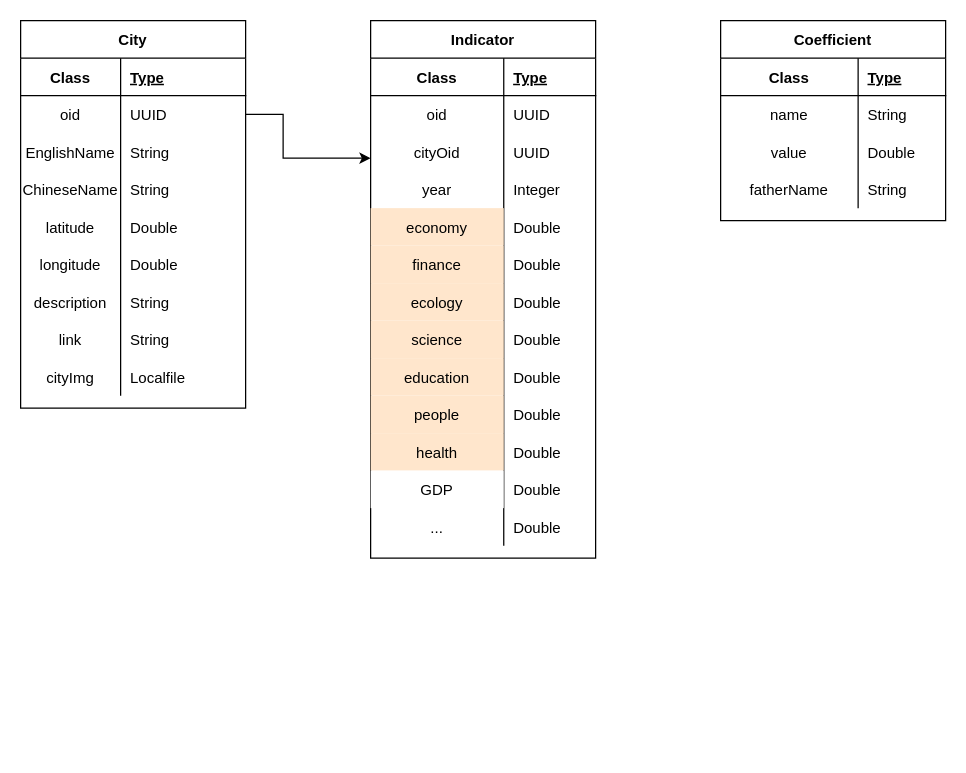
This is bigdata.drawio from pyonSec/city, a draw.io file, before an edit. Source tidied: cells renumbered, new cells numbered last; positions are measured from the earlier drawing's top-left corner, leaving out a move shared by most shapes. Both pictures are drawn from the tidied source at 125%, with x=0, y=0 at pixel (20, 20).
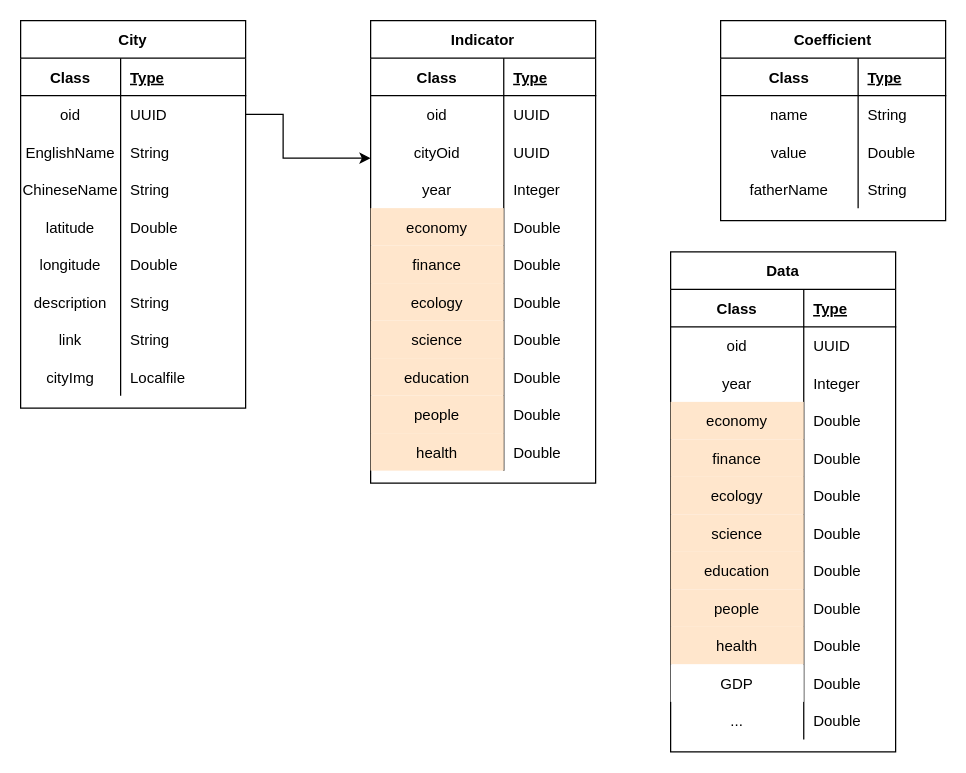
The same diagram, later.

What changed in the source:
```diff
@@
     <mxCell id="31" value="Indicator" style="shape=table;startSize=30;childLayout=tableLayout;rowLines=0;fontStyle=1;align=center;" parent="1" vertex="1">
-      <mxGeometry x="280" width="180" height="430" as="geometry" />
+      <mxGeometry x="280" width="180" height="370" as="geometry" />
     </mxCell>
@@
-    <mxCell id="65" style="shape=partialRectangle;fillColor=none;top=0;left=0;bottom=0;right=0;" parent="31" vertex="1">
-      <mxGeometry y="360" width="180" height="30" as="geometry" />
-    </mxCell>
-    <mxCell id="66" value="GDP" style="shape=partialRectangle;top=0;left=0;bottom=0;right=0;overflow=hidden;" parent="65" vertex="1">
-      <mxGeometry width="106.5" height="30" as="geometry" />
-    </mxCell>
-    <mxCell id="67" value="Double" style="shape=partialRectangle;fillColor=none;top=0;left=0;bottom=0;right=0;align=left;spacingLeft=6;overflow=hidden;" parent="65" vertex="1">
-      <mxGeometry x="106.5" width="73.5" height="30" as="geometry" />
-    </mxCell>
-    <mxCell id="68" style="shape=partialRectangle;fillColor=none;top=0;left=0;bottom=0;right=0;" parent="31" vertex="1">
-      <mxGeometry y="390" width="180" height="30" as="geometry" />
-    </mxCell>
-    <mxCell id="69" value="..." style="shape=partialRectangle;fillColor=none;top=0;left=0;bottom=0;right=0;overflow=hidden;" parent="68" vertex="1">
-      <mxGeometry width="106.5" height="30" as="geometry" />
-    </mxCell>
-    <mxCell id="70" value="Double" style="shape=partialRectangle;fillColor=none;top=0;left=0;bottom=0;right=0;align=left;spacingLeft=6;overflow=hidden;" parent="68" vertex="1">
-      <mxGeometry x="106.5" width="73.5" height="30" as="geometry" />
-    </mxCell>
@@
+    <mxCell id="84" value="Data" style="shape=table;startSize=30;childLayout=tableLayout;rowLines=0;fontStyle=1;align=center;" parent="1" vertex="1">
+      <mxGeometry x="520" y="185" width="180" height="400" as="geometry" />
+    </mxCell>
+    <mxCell id="85" style="shape=partialRectangle;fillColor=none;top=0;left=0;bottom=1;right=0;" parent="84" vertex="1">
+      <mxGeometry y="30" width="180" height="30" as="geometry" />
+    </mxCell>
+    <mxCell id="86" value="Class" style="shape=partialRectangle;fillColor=none;top=0;left=0;bottom=0;right=0;fontStyle=1;overflow=hidden;" parent="85" vertex="1">
+      <mxGeometry width="106.5" height="30" as="geometry" />
+    </mxCell>
+    <mxCell id="87" value="Type" style="shape=partialRectangle;fillColor=none;top=0;left=0;bottom=0;right=0;align=left;spacingLeft=6;fontStyle=5;overflow=hidden;" parent="85" vertex="1">
+      <mxGeometry x="106.5" width="73.5" height="30" as="geometry" />
+    </mxCell>
+    <mxCell id="88" style="shape=partialRectangle;fillColor=none;top=0;left=0;bottom=0;right=0;" parent="84" vertex="1">
+      <mxGeometry y="60" width="180" height="30" as="geometry" />
+    </mxCell>
+    <mxCell id="89" value="oid" style="shape=partialRectangle;fillColor=none;top=0;left=0;bottom=0;right=0;overflow=hidden;" parent="88" vertex="1">
+      <mxGeometry width="106.5" height="30" as="geometry" />
+    </mxCell>
+    <mxCell id="90" value="UUID" style="shape=partialRectangle;fillColor=none;top=0;left=0;bottom=0;right=0;align=left;spacingLeft=6;overflow=hidden;" parent="88" vertex="1">
+      <mxGeometry x="106.5" width="73.5" height="30" as="geometry" />
+    </mxCell>
+    <mxCell id="91" style="shape=partialRectangle;fillColor=none;top=0;left=0;bottom=0;right=0;" parent="84" vertex="1">
+      <mxGeometry y="90" width="180" height="30" as="geometry" />
+    </mxCell>
+    <mxCell id="92" value="year" style="shape=partialRectangle;fillColor=none;top=0;left=0;bottom=0;right=0;overflow=hidden;" parent="91" vertex="1">
+      <mxGeometry width="106.5" height="30" as="geometry" />
+    </mxCell>
+    <mxCell id="93" value="Integer" style="shape=partialRectangle;fillColor=none;top=0;left=0;bottom=0;right=0;align=left;spacingLeft=6;overflow=hidden;" parent="91" vertex="1">
+      <mxGeometry x="106.5" width="73.5" height="30" as="geometry" />
+    </mxCell>
+    <mxCell id="94" style="shape=partialRectangle;fillColor=none;top=0;left=0;bottom=0;right=0;" parent="84" vertex="1">
+      <mxGeometry y="120" width="180" height="30" as="geometry" />
+    </mxCell>
+    <mxCell id="95" value="economy" style="shape=partialRectangle;fillColor=#ffe6cc;top=0;left=0;bottom=0;right=0;overflow=hidden;strokeColor=#d79b00;" parent="94" vertex="1">
+      <mxGeometry width="106.5" height="30" as="geometry" />
+    </mxCell>
+    <mxCell id="96" value="Double" style="shape=partialRectangle;fillColor=none;top=0;left=0;bottom=0;right=0;align=left;spacingLeft=6;overflow=hidden;" parent="94" vertex="1">
+      <mxGeometry x="106.5" width="73.5" height="30" as="geometry" />
+    </mxCell>
+    <mxCell id="97" style="shape=partialRectangle;fillColor=none;top=0;left=0;bottom=0;right=0;" parent="84" vertex="1">
+      <mxGeometry y="150" width="180" height="30" as="geometry" />
+    </mxCell>
+    <mxCell id="98" value="finance" style="shape=partialRectangle;fillColor=#ffe6cc;top=0;left=0;bottom=0;right=0;overflow=hidden;strokeColor=#d79b00;" parent="97" vertex="1">
+      <mxGeometry width="106.5" height="30" as="geometry" />
+    </mxCell>
+    <mxCell id="99" value="Double" style="shape=partialRectangle;fillColor=none;top=0;left=0;bottom=0;right=0;align=left;spacingLeft=6;overflow=hidden;" parent="97" vertex="1">
+      <mxGeometry x="106.5" width="73.5" height="30" as="geometry" />
+    </mxCell>
+    <mxCell id="100" style="shape=partialRectangle;fillColor=none;top=0;left=0;bottom=0;right=0;" parent="84" vertex="1">
+      <mxGeometry y="180" width="180" height="30" as="geometry" />
+    </mxCell>
+    <mxCell id="101" value="ecology" style="shape=partialRectangle;fillColor=#ffe6cc;top=0;left=0;bottom=0;right=0;overflow=hidden;strokeColor=#d79b00;" parent="100" vertex="1">
+      <mxGeometry width="106.5" height="30" as="geometry" />
+    </mxCell>
+    <mxCell id="102" value="Double" style="shape=partialRectangle;fillColor=none;top=0;left=0;bottom=0;right=0;align=left;spacingLeft=6;overflow=hidden;" parent="100" vertex="1">
+      <mxGeometry x="106.5" width="73.5" height="30" as="geometry" />
+    </mxCell>
+    <mxCell id="103" style="shape=partialRectangle;fillColor=none;top=0;left=0;bottom=0;right=0;" parent="84" vertex="1">
+      <mxGeometry y="210" width="180" height="30" as="geometry" />
+    </mxCell>
+    <mxCell id="104" value="science" style="shape=partialRectangle;fillColor=#ffe6cc;top=0;left=0;bottom=0;right=0;overflow=hidden;strokeColor=#d79b00;" parent="103" vertex="1">
+      <mxGeometry width="106.5" height="30" as="geometry" />
+    </mxCell>
+    <mxCell id="105" value="Double" style="shape=partialRectangle;fillColor=none;top=0;left=0;bottom=0;right=0;align=left;spacingLeft=6;overflow=hidden;" parent="103" vertex="1">
+      <mxGeometry x="106.5" width="73.5" height="30" as="geometry" />
+    </mxCell>
+    <mxCell id="106" style="shape=partialRectangle;fillColor=none;top=0;left=0;bottom=0;right=0;" parent="84" vertex="1">
+      <mxGeometry y="240" width="180" height="30" as="geometry" />
+    </mxCell>
+    <mxCell id="107" value="education" style="shape=partialRectangle;fillColor=#ffe6cc;top=0;left=0;bottom=0;right=0;overflow=hidden;strokeColor=#d79b00;" parent="106" vertex="1">
+      <mxGeometry width="106.5" height="30" as="geometry" />
+    </mxCell>
+    <mxCell id="108" value="Double" style="shape=partialRectangle;fillColor=none;top=0;left=0;bottom=0;right=0;align=left;spacingLeft=6;overflow=hidden;" parent="106" vertex="1">
+      <mxGeometry x="106.5" width="73.5" height="30" as="geometry" />
+    </mxCell>
+    <mxCell id="109" style="shape=partialRectangle;fillColor=none;top=0;left=0;bottom=0;right=0;" parent="84" vertex="1">
+      <mxGeometry y="270" width="180" height="30" as="geometry" />
+    </mxCell>
+    <mxCell id="110" value="people" style="shape=partialRectangle;fillColor=#ffe6cc;top=0;left=0;bottom=0;right=0;overflow=hidden;strokeColor=#d79b00;" parent="109" vertex="1">
+      <mxGeometry width="106.5" height="30" as="geometry" />
+    </mxCell>
+    <mxCell id="111" value="Double" style="shape=partialRectangle;fillColor=none;top=0;left=0;bottom=0;right=0;align=left;spacingLeft=6;overflow=hidden;" parent="109" vertex="1">
+      <mxGeometry x="106.5" width="73.5" height="30" as="geometry" />
+    </mxCell>
+    <mxCell id="112" style="shape=partialRectangle;fillColor=none;top=0;left=0;bottom=0;right=0;" parent="84" vertex="1">
+      <mxGeometry y="300" width="180" height="30" as="geometry" />
+    </mxCell>
+    <mxCell id="113" value="health" style="shape=partialRectangle;fillColor=#ffe6cc;top=0;left=0;bottom=0;right=0;overflow=hidden;strokeColor=#d79b00;" parent="112" vertex="1">
+      <mxGeometry width="106.5" height="30" as="geometry" />
+    </mxCell>
+    <mxCell id="114" value="Double" style="shape=partialRectangle;fillColor=none;top=0;left=0;bottom=0;right=0;align=left;spacingLeft=6;overflow=hidden;" parent="112" vertex="1">
+      <mxGeometry x="106.5" width="73.5" height="30" as="geometry" />
+    </mxCell>
+    <mxCell id="115" style="shape=partialRectangle;fillColor=none;top=0;left=0;bottom=0;right=0;" parent="84" vertex="1">
+      <mxGeometry y="330" width="180" height="30" as="geometry" />
+    </mxCell>
+    <mxCell id="66" value="GDP" style="shape=partialRectangle;top=0;left=0;bottom=0;right=0;overflow=hidden;" parent="115" vertex="1">
+      <mxGeometry width="106.5" height="30" as="geometry" />
+    </mxCell>
+    <mxCell id="116" value="Double" style="shape=partialRectangle;fillColor=none;top=0;left=0;bottom=0;right=0;align=left;spacingLeft=6;overflow=hidden;" parent="115" vertex="1">
+      <mxGeometry x="106.5" width="73.5" height="30" as="geometry" />
+    </mxCell>
+    <mxCell id="65" style="shape=partialRectangle;fillColor=none;top=0;left=0;bottom=0;right=0;" parent="84" vertex="1">
+      <mxGeometry y="360" width="180" height="30" as="geometry" />
+    </mxCell>
+    <mxCell id="69" value="..." style="shape=partialRectangle;fillColor=none;top=0;left=0;bottom=0;right=0;overflow=hidden;" parent="65" vertex="1">
+      <mxGeometry width="106.5" height="30" as="geometry" />
+    </mxCell>
+    <mxCell id="117" value="Double" style="shape=partialRectangle;fillColor=none;top=0;left=0;bottom=0;right=0;align=left;spacingLeft=6;overflow=hidden;" parent="65" vertex="1">
+      <mxGeometry x="106.5" width="73.5" height="30" as="geometry" />
+    </mxCell>
```
